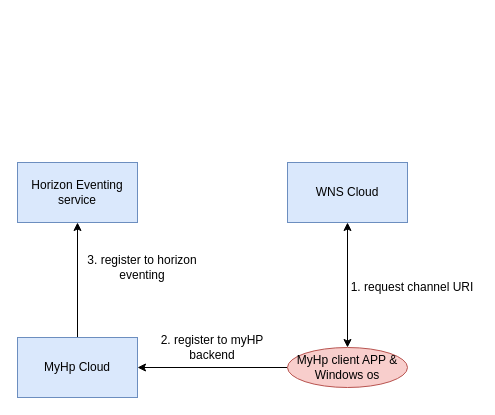
Before: page "Page-9" (9 of 9) of HP/horizon_eventing.drawio in zhangwm1987/mydraw_io, a draw.io diagram. Source tidied: cells renumbered, new cells numbered last; positions are measured from the earlier drawing's top-left corner, leaving out a move shared by most shapes. Both pictures are drawn from the tidied source at 100%, with x=0, y=0 at pixel (17, 162).
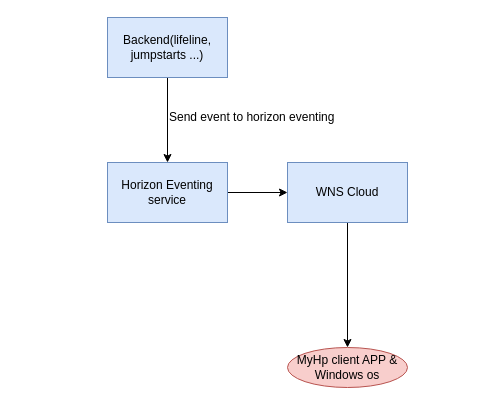
Above is the later version.

Diff of the diagram source:
```diff
@@
 <mxGraphModel>
   <root>
     <mxCell id="0" />
     <mxCell id="1" parent="0" />
+    <mxCell id="12" style="edgeStyle=orthogonalEdgeStyle;rounded=0;jettySize=auto;html=1;exitX=0.5;exitY=1;exitDx=0;exitDy=0;entryX=0.5;entryY=0;entryDx=0;entryDy=0;" parent="1" edge="1" source="2" target="7">
+      <mxGeometry relative="1" as="geometry" />
+    </mxCell>
     <mxCell id="2" value="WNS Cloud" style="rounded=0;whiteSpace=wrap;html=1;fillColor=#dae8fc;strokeColor=#6c8ebf;" parent="1" vertex="1">
       <mxGeometry x="270" width="120" height="60" as="geometry" />
     </mxCell>
-    <mxCell id="3" style="edgeStyle=orthogonalEdgeStyle;rounded=0;jettySize=auto;html=1;exitX=0.5;exitY=0;exitDx=0;exitDy=0;entryX=0.5;entryY=1;entryDx=0;entryDy=0;" parent="1" edge="1" source="4" target="5">
-      <mxGeometry relative="1" as="geometry" />
-    </mxCell>
-    <mxCell id="4" value="MyHp Cloud" style="rounded=0;whiteSpace=wrap;html=1;fillColor=#dae8fc;strokeColor=#6c8ebf;" parent="1" vertex="1">
-      <mxGeometry y="175" width="120" height="60" as="geometry" />
-    </mxCell>
+    <mxCell id="13" style="edgeStyle=orthogonalEdgeStyle;rounded=0;jettySize=auto;html=1;exitX=1;exitY=0.5;exitDx=0;exitDy=0;entryX=0;entryY=0.5;entryDx=0;entryDy=0;" parent="1" edge="1" source="5" target="2">
+      <mxGeometry relative="1" as="geometry" />
+    </mxCell>
     <mxCell id="5" value="Horizon Eventing service" style="rounded=0;whiteSpace=wrap;html=1;fillColor=#dae8fc;strokeColor=#6c8ebf;" parent="1" vertex="1">
-      <mxGeometry width="120" height="60" as="geometry" />
+      <mxGeometry x="90" width="120" height="60" as="geometry" />
     </mxCell>
-    <mxCell id="6" style="edgeStyle=orthogonalEdgeStyle;rounded=0;jettySize=auto;html=1;exitX=0;exitY=0.5;exitDx=0;exitDy=0;entryX=1;entryY=0.5;entryDx=0;entryDy=0;" parent="1" edge="1" source="7" target="4">
-      <mxGeometry relative="1" as="geometry" />
-    </mxCell>
     <mxCell id="7" value="MyHp client APP &amp;amp;&lt;br&gt;Windows os" style="ellipse;whiteSpace=wrap;html=1;fillColor=#f8cecc;strokeColor=#b85450;" parent="1" vertex="1">
       <mxGeometry x="270" y="185" width="120" height="40" as="geometry" />
     </mxCell>
-    <mxCell id="8" style="endArrow=classic;startArrow=classic;html=1;exitX=0.5;exitY=0;exitDx=0;exitDy=0;" parent="1" edge="1" source="7">
-      <mxGeometry relative="1" as="geometry">
-        <mxPoint x="330" y="60" as="targetPoint" />
-      </mxGeometry>
-    </mxCell>
-    <mxCell id="9" value="1. request channel URI" style="text;html=1;strokeColor=none;fillColor=none;align=center;verticalAlign=middle;whiteSpace=wrap;rounded=0;" parent="1" vertex="1">
-      <mxGeometry x="330" y="115" width="130" height="20" as="geometry" />
-    </mxCell>
-    <mxCell id="10" value="2. register to myHP backend" style="text;html=1;strokeColor=none;fillColor=none;align=center;verticalAlign=middle;whiteSpace=wrap;rounded=0;" parent="1" vertex="1">
-      <mxGeometry x="130" y="175" width="130" height="20" as="geometry" />
-    </mxCell>
-    <mxCell id="11" value="3. register to horizon eventing" style="text;html=1;strokeColor=none;fillColor=none;align=center;verticalAlign=middle;whiteSpace=wrap;rounded=0;" parent="1" vertex="1">
-      <mxGeometry x="60" y="95" width="130" height="20" as="geometry" />
-    </mxCell>
+    <mxCell id="14" style="edgeStyle=orthogonalEdgeStyle;rounded=0;jettySize=auto;html=1;exitX=0.5;exitY=1;exitDx=0;exitDy=0;entryX=0.5;entryY=0;entryDx=0;entryDy=0;" parent="1" edge="1" source="15" target="5">
+      <mxGeometry relative="1" as="geometry" />
+    </mxCell>
+    <mxCell id="15" value="Backend(lifeline, jumpstarts ...)" style="rounded=0;whiteSpace=wrap;html=1;fillColor=#dae8fc;strokeColor=#6c8ebf;" parent="1" vertex="1">
+      <mxGeometry x="90" y="-145" width="120" height="60" as="geometry" />
+    </mxCell>
+    <mxCell id="16" value="Send event to horizon eventing" style="text;html=1;strokeColor=none;fillColor=none;align=left;verticalAlign=middle;whiteSpace=wrap;rounded=0;" parent="1" vertex="1">
+      <mxGeometry x="150" y="-55" width="170" height="20" as="geometry" />
+    </mxCell>
   </root>
 </mxGraphModel>
```
